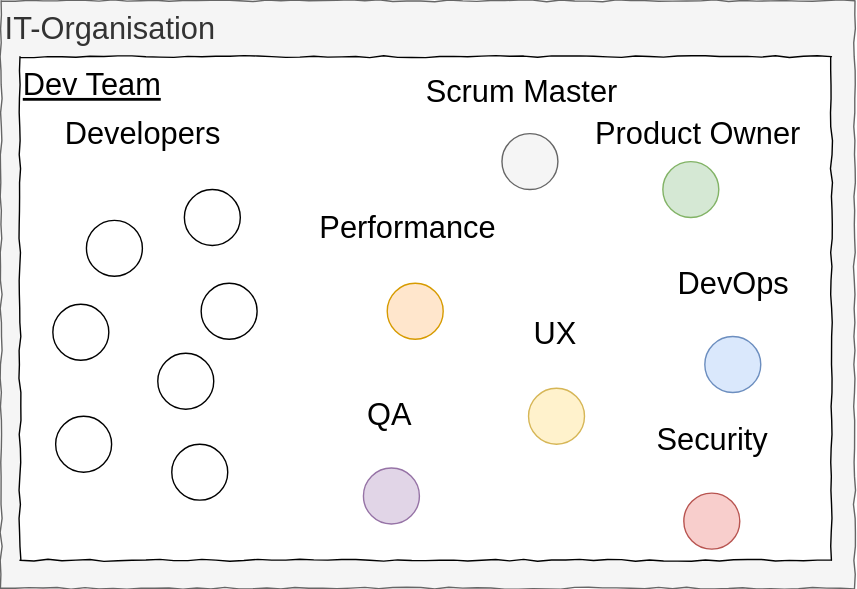
Before: img/diagram_33.svg, a diagram exported from draw.io (iteratec/techcamp-devops-slides). Source tidied: cells renumbered, new cells last; positions are measured from the earlier drawing's top-left corner, leaving out a move shared by most shapes. The source it was exported from:
```xml
<mxGraphModel>
  <root>
    <mxCell id="0" />
    <mxCell id="1" parent="0" />
    <mxCell id="2" value="IT-Organisation" style="rounded=0;whiteSpace=wrap;html=1;comic=1;fontSize=22;align=left;verticalAlign=top;fillColor=#f5f5f5;strokeColor=#666666;fontColor=#333333;" parent="1" vertex="1">
      <mxGeometry width="610" height="420" as="geometry" />
    </mxCell>
    <mxCell id="3" value="Dev Team" style="rounded=0;whiteSpace=wrap;html=1;comic=1;fontSize=22;align=left;verticalAlign=top;fontStyle=4;" parent="1" vertex="1">
      <mxGeometry x="13.5" y="40" width="580" height="360" as="geometry" />
    </mxCell>
    <mxCell id="4" style="ellipse;whiteSpace=wrap;html=1;rounded=0;shadow=0;glass=0;comic=1;strokeColor=#000000;strokeWidth=1;fillColor=#ffffff;gradientColor=#ffffff;fontSize=22;align=left;" parent="1" vertex="1">
      <mxGeometry x="61" y="157" width="40" height="40" as="geometry" />
    </mxCell>
    <mxCell id="5" style="ellipse;whiteSpace=wrap;html=1;rounded=0;shadow=0;glass=0;comic=1;strokeColor=#000000;strokeWidth=1;fillColor=#ffffff;gradientColor=#ffffff;fontSize=22;align=left;" parent="1" vertex="1">
      <mxGeometry x="131" y="134.5" width="40" height="40" as="geometry" />
    </mxCell>
    <mxCell id="6" style="ellipse;whiteSpace=wrap;html=1;rounded=0;shadow=0;glass=0;comic=1;strokeColor=#000000;strokeWidth=1;fillColor=#ffffff;gradientColor=#ffffff;fontSize=22;align=left;" parent="1" vertex="1">
      <mxGeometry x="143" y="202" width="40" height="40" as="geometry" />
    </mxCell>
    <mxCell id="7" style="ellipse;whiteSpace=wrap;html=1;rounded=0;shadow=0;glass=0;comic=1;strokeColor=#000000;strokeWidth=1;fillColor=#ffffff;gradientColor=#ffffff;fontSize=22;align=left;" parent="1" vertex="1">
      <mxGeometry x="112" y="252" width="40" height="40" as="geometry" />
    </mxCell>
    <mxCell id="8" style="ellipse;whiteSpace=wrap;html=1;rounded=0;shadow=0;glass=0;comic=1;strokeColor=#000000;strokeWidth=1;fillColor=#ffffff;gradientColor=#ffffff;fontSize=22;align=left;" parent="1" vertex="1">
      <mxGeometry x="36.5" y="217" width="40" height="40" as="geometry" />
    </mxCell>
    <mxCell id="9" style="ellipse;whiteSpace=wrap;html=1;rounded=0;shadow=0;glass=0;comic=1;strokeColor=#000000;strokeWidth=1;fillColor=#ffffff;gradientColor=#ffffff;fontSize=22;align=left;" parent="1" vertex="1">
      <mxGeometry x="39" y="297" width="40" height="40" as="geometry" />
    </mxCell>
    <mxCell id="10" style="ellipse;whiteSpace=wrap;html=1;rounded=0;shadow=0;glass=0;comic=1;strokeColor=#000000;strokeWidth=1;fillColor=#ffffff;gradientColor=#ffffff;fontSize=22;align=left;" parent="1" vertex="1">
      <mxGeometry x="122" y="317" width="40" height="40" as="geometry" />
    </mxCell>
    <mxCell id="11" style="ellipse;whiteSpace=wrap;html=1;rounded=0;shadow=0;glass=0;comic=1;strokeColor=#666666;strokeWidth=1;fillColor=#f5f5f5;fontSize=22;align=left;fontColor=#333333;" parent="1" vertex="1">
      <mxGeometry x="358" y="95" width="40" height="40" as="geometry" />
    </mxCell>
    <mxCell id="12" value="Developers" style="text;html=1;align=left;verticalAlign=top;spacingTop=-4;fontSize=22;" parent="1" vertex="1">
      <mxGeometry x="43.5" y="80" width="130" height="30" as="geometry" />
    </mxCell>
    <mxCell id="13" style="ellipse;whiteSpace=wrap;html=1;rounded=0;shadow=0;glass=0;comic=1;strokeColor=#82b366;strokeWidth=1;fillColor=#d5e8d4;fontSize=22;align=left;" parent="1" vertex="1">
      <mxGeometry x="473" y="115" width="40" height="40" as="geometry" />
    </mxCell>
    <mxCell id="14" value="Scrum Master" style="text;html=1;align=left;verticalAlign=top;spacingTop=-4;fontSize=22;" parent="1" vertex="1">
      <mxGeometry x="301.5" y="50" width="150" height="30" as="geometry" />
    </mxCell>
    <mxCell id="15" value="Product Owner" style="text;html=1;align=left;verticalAlign=top;spacingTop=-4;fontSize=22;" parent="1" vertex="1">
      <mxGeometry x="423" y="80" width="160" height="30" as="geometry" />
    </mxCell>
    <mxCell id="16" style="ellipse;whiteSpace=wrap;html=1;rounded=0;shadow=0;glass=0;comic=1;strokeColor=#d79b00;strokeWidth=1;fillColor=#ffe6cc;fontSize=22;align=left;" parent="1" vertex="1">
      <mxGeometry x="276" y="202" width="40" height="40" as="geometry" />
    </mxCell>
    <mxCell id="17" style="ellipse;whiteSpace=wrap;html=1;rounded=0;shadow=0;glass=0;comic=1;strokeColor=#d6b656;strokeWidth=1;fillColor=#fff2cc;fontSize=22;align=left;" parent="1" vertex="1">
      <mxGeometry x="377" y="277" width="40" height="40" as="geometry" />
    </mxCell>
    <mxCell id="18" style="ellipse;whiteSpace=wrap;html=1;rounded=0;shadow=0;glass=0;comic=1;strokeColor=#b85450;strokeWidth=1;fillColor=#f8cecc;fontSize=22;align=left;" parent="1" vertex="1">
      <mxGeometry x="487.5" y="352" width="40" height="40" as="geometry" />
    </mxCell>
    <mxCell id="19" style="ellipse;whiteSpace=wrap;html=1;rounded=0;shadow=0;glass=0;comic=1;strokeColor=#9673a6;strokeWidth=1;fillColor=#e1d5e7;fontSize=22;align=left;" parent="1" vertex="1">
      <mxGeometry x="258.5" y="333.5" width="40" height="40" as="geometry" />
    </mxCell>
    <mxCell id="20" style="ellipse;whiteSpace=wrap;html=1;rounded=0;shadow=0;glass=0;comic=1;strokeColor=#6c8ebf;strokeWidth=1;fillColor=#dae8fc;fontSize=22;align=left;" parent="1" vertex="1">
      <mxGeometry x="503" y="240" width="40" height="40" as="geometry" />
    </mxCell>
    <mxCell id="21" value="&lt;div&gt;Performance&lt;/div&gt;&lt;div align=&quot;center&quot;&gt;&lt;br&gt;&lt;/div&gt;" style="text;html=1;align=center;verticalAlign=top;spacingTop=-4;fontSize=22;" parent="1" vertex="1">
      <mxGeometry x="220" y="147" width="140" height="50" as="geometry" />
    </mxCell>
    <mxCell id="22" value="&lt;div&gt;UX&lt;/div&gt;&lt;div&gt;&lt;br&gt;&lt;/div&gt;" style="text;html=1;align=center;verticalAlign=top;spacingTop=-4;fontSize=22;" parent="1" vertex="1">
      <mxGeometry x="341" y="223" width="110" height="50" as="geometry" />
    </mxCell>
    <mxCell id="23" value="&lt;div&gt;DevOps&lt;/div&gt;&lt;div&gt;&lt;br&gt;&lt;/div&gt;" style="text;html=1;align=center;verticalAlign=top;spacingTop=-4;fontSize=22;" parent="1" vertex="1">
      <mxGeometry x="468" y="187" width="110" height="50" as="geometry" />
    </mxCell>
    <mxCell id="24" value="&lt;div&gt;Security&lt;/div&gt;&lt;div&gt;&lt;br&gt;&lt;/div&gt;" style="text;html=1;align=center;verticalAlign=top;spacingTop=-4;fontSize=22;" parent="1" vertex="1">
      <mxGeometry x="453.5" y="298.5" width="110" height="50" as="geometry" />
    </mxCell>
    <mxCell id="25" value="&lt;div&gt;QA&lt;/div&gt;&lt;div&gt;&lt;br&gt;&lt;/div&gt;" style="text;html=1;align=center;verticalAlign=top;spacingTop=-4;fontSize=22;" parent="1" vertex="1">
      <mxGeometry x="222.5" y="280.5" width="110" height="50" as="geometry" />
    </mxCell>
  </root>
</mxGraphModel>
```
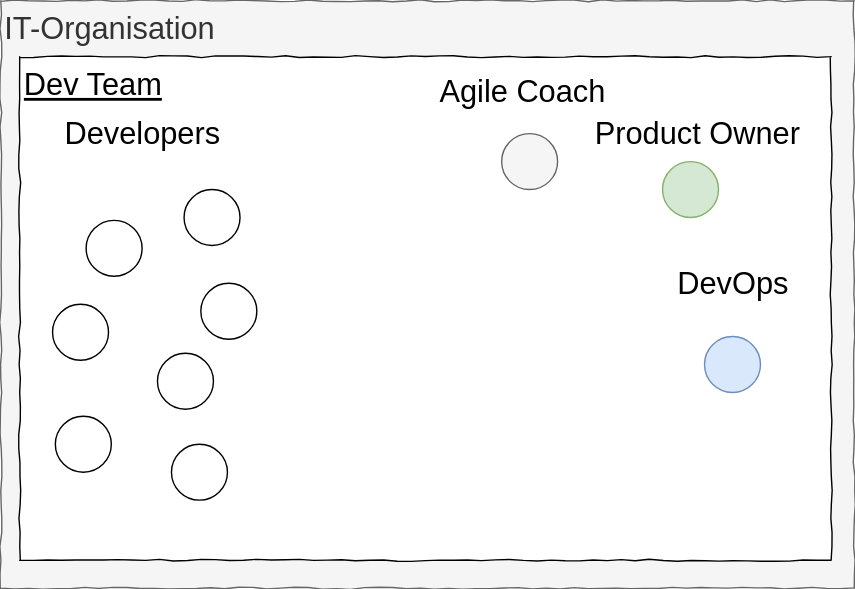
After the change.

Change to the diagram source:
```diff
@@ -38,41 +38,17 @@
     <mxCell id="13" style="ellipse;whiteSpace=wrap;html=1;rounded=0;shadow=0;glass=0;comic=1;strokeColor=#82b366;strokeWidth=1;fillColor=#d5e8d4;fontSize=22;align=left;" parent="1" vertex="1">
       <mxGeometry x="473" y="115" width="40" height="40" as="geometry" />
     </mxCell>
-    <mxCell id="14" value="Scrum Master" style="text;html=1;align=left;verticalAlign=top;spacingTop=-4;fontSize=22;" parent="1" vertex="1">
-      <mxGeometry x="301.5" y="50" width="150" height="30" as="geometry" />
+    <mxCell id="14" value="Agile Coach" style="text;html=1;align=left;verticalAlign=top;spacingTop=-4;fontSize=22;" parent="1" vertex="1">
+      <mxGeometry x="311.5" y="50" width="130" height="30" as="geometry" />
     </mxCell>
     <mxCell id="15" value="Product Owner" style="text;html=1;align=left;verticalAlign=top;spacingTop=-4;fontSize=22;" parent="1" vertex="1">
       <mxGeometry x="423" y="80" width="160" height="30" as="geometry" />
     </mxCell>
-    <mxCell id="16" style="ellipse;whiteSpace=wrap;html=1;rounded=0;shadow=0;glass=0;comic=1;strokeColor=#d79b00;strokeWidth=1;fillColor=#ffe6cc;fontSize=22;align=left;" parent="1" vertex="1">
-      <mxGeometry x="276" y="202" width="40" height="40" as="geometry" />
+    <mxCell id="16" style="ellipse;whiteSpace=wrap;html=1;rounded=0;shadow=0;glass=0;comic=1;strokeColor=#6c8ebf;strokeWidth=1;fillColor=#dae8fc;fontSize=22;align=left;" parent="1" vertex="1">
+      <mxGeometry x="503" y="240" width="40" height="40" as="geometry" />
     </mxCell>
-    <mxCell id="17" style="ellipse;whiteSpace=wrap;html=1;rounded=0;shadow=0;glass=0;comic=1;strokeColor=#d6b656;strokeWidth=1;fillColor=#fff2cc;fontSize=22;align=left;" parent="1" vertex="1">
-      <mxGeometry x="377" y="277" width="40" height="40" as="geometry" />
+    <mxCell id="17" value="&lt;div&gt;DevOps&lt;/div&gt;&lt;div&gt;&lt;br&gt;&lt;/div&gt;" style="text;html=1;align=center;verticalAlign=top;spacingTop=-4;fontSize=22;" parent="1" vertex="1">
+      <mxGeometry x="468" y="187" width="110" height="50" as="geometry" />
     </mxCell>
-    <mxCell id="18" style="ellipse;whiteSpace=wrap;html=1;rounded=0;shadow=0;glass=0;comic=1;strokeColor=#b85450;strokeWidth=1;fillColor=#f8cecc;fontSize=22;align=left;" parent="1" vertex="1">
-      <mxGeometry x="487.5" y="352" width="40" height="40" as="geometry" />
-    </mxCell>
-    <mxCell id="19" style="ellipse;whiteSpace=wrap;html=1;rounded=0;shadow=0;glass=0;comic=1;strokeColor=#9673a6;strokeWidth=1;fillColor=#e1d5e7;fontSize=22;align=left;" parent="1" vertex="1">
-      <mxGeometry x="258.5" y="333.5" width="40" height="40" as="geometry" />
-    </mxCell>
-    <mxCell id="20" style="ellipse;whiteSpace=wrap;html=1;rounded=0;shadow=0;glass=0;comic=1;strokeColor=#6c8ebf;strokeWidth=1;fillColor=#dae8fc;fontSize=22;align=left;" parent="1" vertex="1">
-      <mxGeometry x="503" y="240" width="40" height="40" as="geometry" />
-    </mxCell>
-    <mxCell id="21" value="&lt;div&gt;Performance&lt;/div&gt;&lt;div align=&quot;center&quot;&gt;&lt;br&gt;&lt;/div&gt;" style="text;html=1;align=center;verticalAlign=top;spacingTop=-4;fontSize=22;" parent="1" vertex="1">
-      <mxGeometry x="220" y="147" width="140" height="50" as="geometry" />
-    </mxCell>
-    <mxCell id="22" value="&lt;div&gt;UX&lt;/div&gt;&lt;div&gt;&lt;br&gt;&lt;/div&gt;" style="text;html=1;align=center;verticalAlign=top;spacingTop=-4;fontSize=22;" parent="1" vertex="1">
-      <mxGeometry x="341" y="223" width="110" height="50" as="geometry" />
-    </mxCell>
-    <mxCell id="23" value="&lt;div&gt;DevOps&lt;/div&gt;&lt;div&gt;&lt;br&gt;&lt;/div&gt;" style="text;html=1;align=center;verticalAlign=top;spacingTop=-4;fontSize=22;" parent="1" vertex="1">
-      <mxGeometry x="468" y="187" width="110" height="50" as="geometry" />
-    </mxCell>
-    <mxCell id="24" value="&lt;div&gt;Security&lt;/div&gt;&lt;div&gt;&lt;br&gt;&lt;/div&gt;" style="text;html=1;align=center;verticalAlign=top;spacingTop=-4;fontSize=22;" parent="1" vertex="1">
-      <mxGeometry x="453.5" y="298.5" width="110" height="50" as="geometry" />
-    </mxCell>
-    <mxCell id="25" value="&lt;div&gt;QA&lt;/div&gt;&lt;div&gt;&lt;br&gt;&lt;/div&gt;" style="text;html=1;align=center;verticalAlign=top;spacingTop=-4;fontSize=22;" parent="1" vertex="1">
-      <mxGeometry x="222.5" y="280.5" width="110" height="50" as="geometry" />
-    </mxCell>
   </root>
 </mxGraphModel>
```
